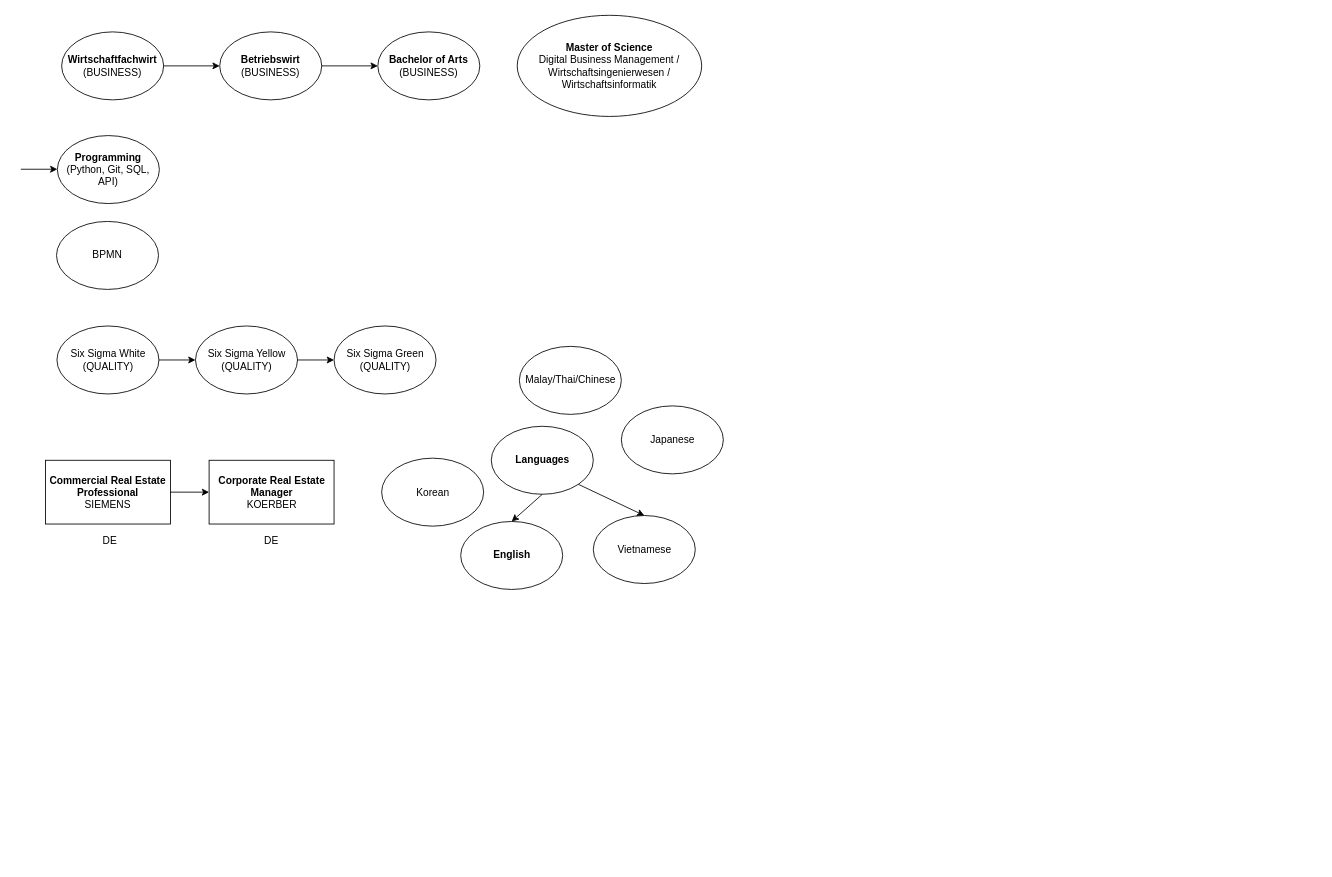
Before: page "Trajectory" (1 of 4) of Notes/My CS Roadmap.drawio in wunschzettel891/Workbench, a draw.io diagram. Source tidied: cells renumbered, new cells numbered last; positions are measured from the earlier drawing's top-left corner, leaving out a move shared by most shapes. Both pictures are drawn from the tidied source at 85%, with x=0, y=0 at pixel (20, 14).
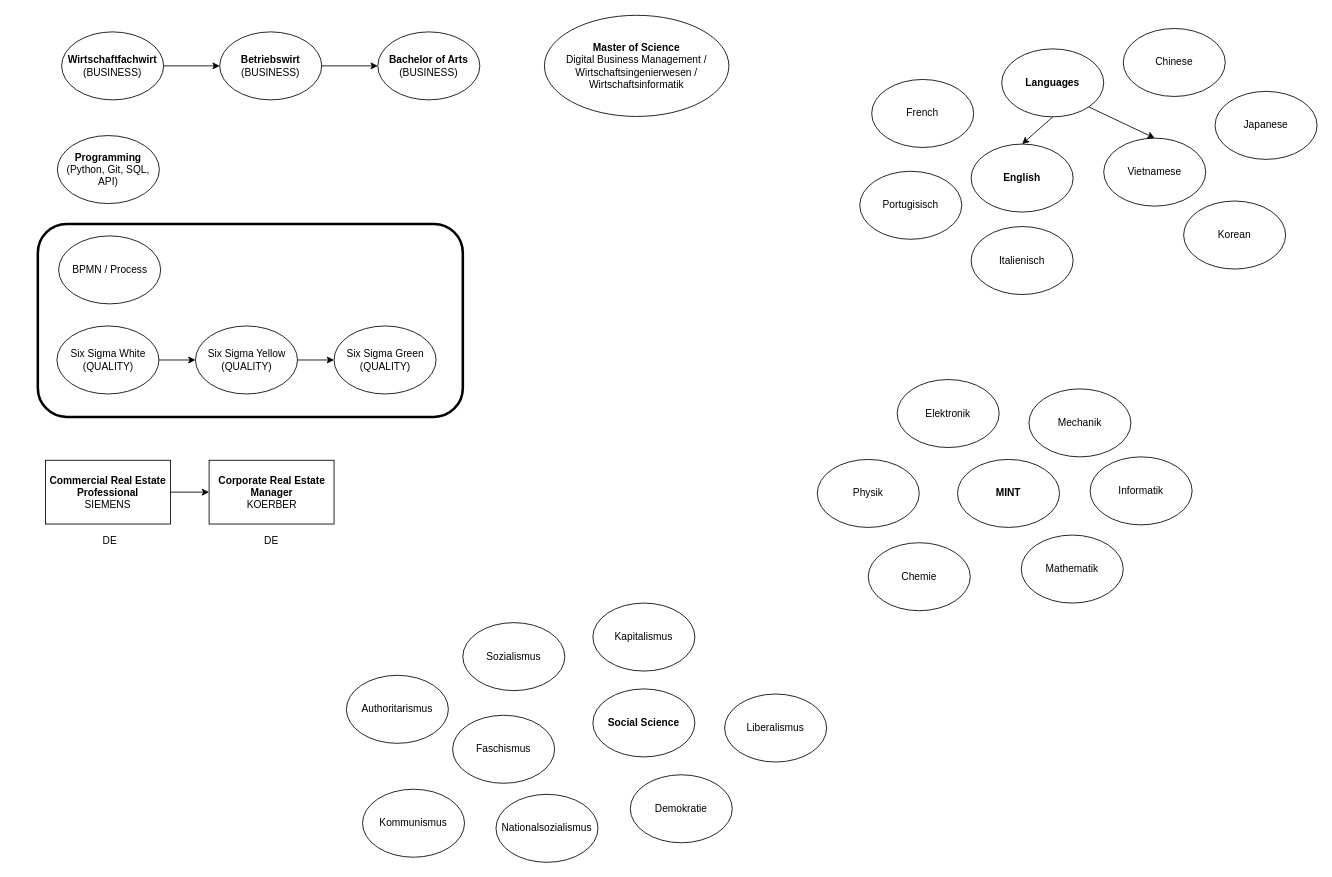
Above is the later version.

Diff of the diagram source:
```diff
@@
     <mxCell id="5" value="&lt;div&gt;&lt;b&gt;Master of Science&lt;/b&gt;&lt;/div&gt;Digital Business Management / Wirtschaftsingenierwesen / Wirtschaftsinformatik" style="ellipse;whiteSpace=wrap;html=1;fillColor=light-dark(#FFFFFF,#FFFFFF);fillStyle=solid;fontColor=light-dark(#000000,#000000);strokeColor=light-dark(#000000,#000000);" parent="1" vertex="1">
-      <mxGeometry x="584" y="0.5" width="217" height="119" as="geometry" />
+      <mxGeometry x="616" y="0.5" width="217" height="119" as="geometry" />
     </mxCell>
@@
-    <mxCell id="19" style="endArrow=classic;html=1;rounded=0;exitX=1;exitY=0.5;exitDx=0;exitDy=0;strokeColor=light-dark(#000000,#000000);entryX=0;entryY=0.5;entryDx=0;entryDy=0;" parent="1" edge="1">
-      <mxGeometry relative="1" as="geometry">
-        <mxPoint y="181.6" as="sourcePoint" />
-        <mxPoint x="43" y="181.6" as="targetPoint" />
-      </mxGeometry>
-    </mxCell>
     <mxCell id="20" value="&lt;span&gt;Language&lt;/span&gt;s" style="ellipse;whiteSpace=wrap;html=1;fillColor=light-dark(#FFFFFF,#FFCCE6);fillStyle=solid;fontColor=light-dark(#000000,#000000);strokeColor=light-dark(#000000,#000000);fontStyle=1;" parent="1" vertex="1">
-      <mxGeometry x="553.5" y="484" width="120" height="80" as="geometry" />
+      <mxGeometry x="1154" y="40" width="120" height="80" as="geometry" />
     </mxCell>
     <mxCell id="21" value="&lt;b&gt;English&lt;/b&gt;" style="ellipse;whiteSpace=wrap;html=1;fillColor=light-dark(#FFFFFF,#00F900);fillStyle=solid;fontColor=light-dark(#000000,#000000);strokeColor=light-dark(#000000,#000000);" parent="1" vertex="1">
-      <mxGeometry x="517.5" y="596" width="120" height="80" as="geometry" />
+      <mxGeometry x="1118" y="152" width="120" height="80" as="geometry" />
     </mxCell>
     <mxCell id="22" value="Vietnamese" style="ellipse;whiteSpace=wrap;html=1;fillColor=light-dark(#FFFFFF,#FFFF00);fillStyle=solid;fontColor=light-dark(#000000,#000000);strokeColor=light-dark(#000000,#000000);" parent="1" vertex="1">
-      <mxGeometry x="673.5" y="589" width="120" height="80" as="geometry" />
+      <mxGeometry x="1274" y="145" width="120" height="80" as="geometry" />
     </mxCell>
     <mxCell id="23" value="Japanese" style="ellipse;whiteSpace=wrap;html=1;fillColor=light-dark(#FFFFFF, #feffff);fillStyle=solid;fontColor=light-dark(#000000,#000000);strokeColor=light-dark(#000000,#000000);" parent="1" vertex="1">
-      <mxGeometry x="706.5" y="460" width="120" height="80" as="geometry" />
+      <mxGeometry x="1405" y="90" width="120" height="80" as="geometry" />
     </mxCell>
     <mxCell id="24" value="Korean" style="ellipse;whiteSpace=wrap;html=1;fillColor=light-dark(#FFFFFF, #feffff);fillStyle=solid;fontColor=light-dark(#000000,#000000);strokeColor=light-dark(#000000,#000000);" parent="1" vertex="1">
-      <mxGeometry x="424.5" y="521.5" width="120" height="80" as="geometry" />
+      <mxGeometry x="1368" y="219" width="120" height="80" as="geometry" />
     </mxCell>
@@
-    <mxCell id="27" value="Malay/Thai/Chinese" style="ellipse;whiteSpace=wrap;html=1;fillColor=light-dark(#FFFFFF, #feffff);fillStyle=solid;fontColor=light-dark(#000000,#000000);strokeColor=light-dark(#000000,#000000);" parent="1" vertex="1">
-      <mxGeometry x="586.5" y="390" width="120" height="80" as="geometry" />
+    <mxCell id="27" value="Chinese" style="ellipse;whiteSpace=wrap;html=1;fillColor=light-dark(#FFFFFF, #feffff);fillStyle=solid;fontColor=light-dark(#000000,#000000);strokeColor=light-dark(#000000,#000000);" parent="1" vertex="1">
+      <mxGeometry x="1297" y="16" width="120" height="80" as="geometry" />
     </mxCell>
-    <mxCell id="28" value="BPMN" style="ellipse;whiteSpace=wrap;html=1;fillColor=light-dark(#FFFFFF,#FFFFFF);fillStyle=solid;fontColor=light-dark(#000000,#000000);strokeColor=light-dark(#000000,#000000);" parent="1" vertex="1">
-      <mxGeometry x="42" y="243" width="120" height="80" as="geometry" />
+    <mxCell id="28" value="BPMN / Process" style="ellipse;whiteSpace=wrap;html=1;fillColor=light-dark(#FFFFFF,#FFFFFF);fillStyle=solid;fontColor=light-dark(#000000,#000000);strokeColor=light-dark(#000000,#000000);" parent="1" vertex="1">
+      <mxGeometry x="44.5" y="260" width="120" height="80" as="geometry" />
     </mxCell>
+    <mxCell id="29" value="Social Science" style="ellipse;whiteSpace=wrap;html=1;fillColor=light-dark(#FFFFFF,#FFCCE6);fillStyle=solid;fontColor=light-dark(#000000,#000000);strokeColor=light-dark(#000000,#000000);fontStyle=1;" parent="1" vertex="1">
+      <mxGeometry x="673" y="793" width="120" height="80" as="geometry" />
+    </mxCell>
+    <mxCell id="30" value="Sozialismus" style="ellipse;whiteSpace=wrap;html=1;fillColor=light-dark(#FFFFFF, #feffff);fillStyle=solid;fontColor=light-dark(#000000,#000000);strokeColor=light-dark(#000000,#000000);" parent="1" vertex="1">
+      <mxGeometry x="520" y="715" width="120" height="80" as="geometry" />
+    </mxCell>
+    <mxCell id="31" value="Faschismus" style="ellipse;whiteSpace=wrap;html=1;fillColor=light-dark(#FFFFFF, #feffff);fillStyle=solid;fontColor=light-dark(#000000,#000000);strokeColor=light-dark(#000000,#000000);" parent="1" vertex="1">
+      <mxGeometry x="508" y="824" width="120" height="80" as="geometry" />
+    </mxCell>
+    <mxCell id="32" value="Nationalsozialismus" style="ellipse;whiteSpace=wrap;html=1;fillColor=light-dark(#FFFFFF, #feffff);fillStyle=solid;fontColor=light-dark(#000000,#000000);strokeColor=light-dark(#000000,#000000);" parent="1" vertex="1">
+      <mxGeometry x="559" y="917" width="120" height="80" as="geometry" />
+    </mxCell>
+    <mxCell id="33" value="Kommunismus" style="ellipse;whiteSpace=wrap;html=1;fillColor=light-dark(#FFFFFF, #feffff);fillStyle=solid;fontColor=light-dark(#000000,#000000);strokeColor=light-dark(#000000,#000000);" parent="1" vertex="1">
+      <mxGeometry x="402" y="911" width="120" height="80" as="geometry" />
+    </mxCell>
+    <mxCell id="34" value="Demokratie" style="ellipse;whiteSpace=wrap;html=1;fillColor=light-dark(#FFFFFF, #feffff);fillStyle=solid;fontColor=light-dark(#000000,#000000);strokeColor=light-dark(#000000,#000000);" parent="1" vertex="1">
+      <mxGeometry x="717" y="894" width="120" height="80" as="geometry" />
+    </mxCell>
+    <mxCell id="35" value="Liberalismus" style="ellipse;whiteSpace=wrap;html=1;fillColor=light-dark(#FFFFFF, #feffff);fillStyle=solid;fontColor=light-dark(#000000,#000000);strokeColor=light-dark(#000000,#000000);" parent="1" vertex="1">
+      <mxGeometry x="828" y="799" width="120" height="80" as="geometry" />
+    </mxCell>
+    <mxCell id="36" value="Kapitalismus" style="ellipse;whiteSpace=wrap;html=1;fillColor=light-dark(#FFFFFF, #feffff);fillStyle=solid;fontColor=light-dark(#000000,#000000);strokeColor=light-dark(#000000,#000000);" parent="1" vertex="1">
+      <mxGeometry x="673" y="692" width="120" height="80" as="geometry" />
+    </mxCell>
+    <mxCell id="37" value="Authoritarismus" style="ellipse;whiteSpace=wrap;html=1;fillColor=light-dark(#FFFFFF, #feffff);fillStyle=solid;fontColor=light-dark(#000000,#000000);strokeColor=light-dark(#000000,#000000);" parent="1" vertex="1">
+      <mxGeometry x="383" y="777" width="120" height="80" as="geometry" />
+    </mxCell>
+    <mxCell id="38" value="MINT" style="ellipse;whiteSpace=wrap;html=1;fillColor=light-dark(#FFFFFF,#FFCCE6);fillStyle=solid;fontColor=light-dark(#000000,#000000);strokeColor=light-dark(#000000,#000000);fontStyle=1;" parent="1" vertex="1">
+      <mxGeometry x="1102" y="523" width="120" height="80" as="geometry" />
+    </mxCell>
+    <mxCell id="39" value="Chemie" style="ellipse;whiteSpace=wrap;html=1;fillColor=light-dark(#FFFFFF, #feffff);fillStyle=solid;fontColor=light-dark(#000000,#000000);strokeColor=light-dark(#000000,#000000);" parent="1" vertex="1">
+      <mxGeometry x="997" y="621" width="120" height="80" as="geometry" />
+    </mxCell>
+    <mxCell id="40" value="Elektronik" style="ellipse;whiteSpace=wrap;html=1;fillColor=light-dark(#FFFFFF, #feffff);fillStyle=solid;fontColor=light-dark(#000000,#000000);strokeColor=light-dark(#000000,#000000);" parent="1" vertex="1">
+      <mxGeometry x="1031" y="429" width="120" height="80" as="geometry" />
+    </mxCell>
+    <mxCell id="41" value="Mechanik" style="ellipse;whiteSpace=wrap;html=1;fillColor=light-dark(#FFFFFF, #feffff);fillStyle=solid;fontColor=light-dark(#000000,#000000);strokeColor=light-dark(#000000,#000000);" parent="1" vertex="1">
+      <mxGeometry x="1186" y="440" width="120" height="80" as="geometry" />
+    </mxCell>
+    <mxCell id="42" value="Physik" style="ellipse;whiteSpace=wrap;html=1;fillColor=light-dark(#FFFFFF, #feffff);fillStyle=solid;fontColor=light-dark(#000000,#000000);strokeColor=light-dark(#000000,#000000);" parent="1" vertex="1">
+      <mxGeometry x="937" y="523" width="120" height="80" as="geometry" />
+    </mxCell>
+    <mxCell id="43" value="Informatik" style="ellipse;whiteSpace=wrap;html=1;fillColor=light-dark(#FFFFFF, #feffff);fillStyle=solid;fontColor=light-dark(#000000,#000000);strokeColor=light-dark(#000000,#000000);" parent="1" vertex="1">
+      <mxGeometry x="1258" y="520" width="120" height="80" as="geometry" />
+    </mxCell>
+    <mxCell id="44" value="Mathematik" style="ellipse;whiteSpace=wrap;html=1;fillColor=light-dark(#FFFFFF, #feffff);fillStyle=solid;fontColor=light-dark(#000000,#000000);strokeColor=light-dark(#000000,#000000);" parent="1" vertex="1">
+      <mxGeometry x="1177" y="612" width="120" height="80" as="geometry" />
+    </mxCell>
+    <mxCell id="45" style="rounded=1;whiteSpace=wrap;html=1;fillColor=none;strokeColor=light-dark(#000000,#000000);strokeWidth=3;" parent="1" vertex="1">
+      <mxGeometry x="20" y="246" width="500" height="227" as="geometry" />
+    </mxCell>
+    <mxCell id="46" value="French" style="ellipse;whiteSpace=wrap;html=1;fillColor=light-dark(#FFFFFF, #feffff);fillStyle=solid;fontColor=light-dark(#000000,#000000);strokeColor=light-dark(#000000,#000000);" parent="1" vertex="1">
+      <mxGeometry x="1001" y="76" width="120" height="80" as="geometry" />
+    </mxCell>
+    <mxCell id="47" value="Portugisisch" style="ellipse;whiteSpace=wrap;html=1;fillColor=light-dark(#FFFFFF, #feffff);fillStyle=solid;fontColor=light-dark(#000000,#000000);strokeColor=light-dark(#000000,#000000);" parent="1" vertex="1">
+      <mxGeometry x="987" y="184" width="120" height="80" as="geometry" />
+    </mxCell>
+    <mxCell id="48" value="Italienisch" style="ellipse;whiteSpace=wrap;html=1;fillColor=light-dark(#FFFFFF, #feffff);fillStyle=solid;fontColor=light-dark(#000000,#000000);strokeColor=light-dark(#000000,#000000);" parent="1" vertex="1">
+      <mxGeometry x="1118" y="249" width="120" height="80" as="geometry" />
+    </mxCell>
```
